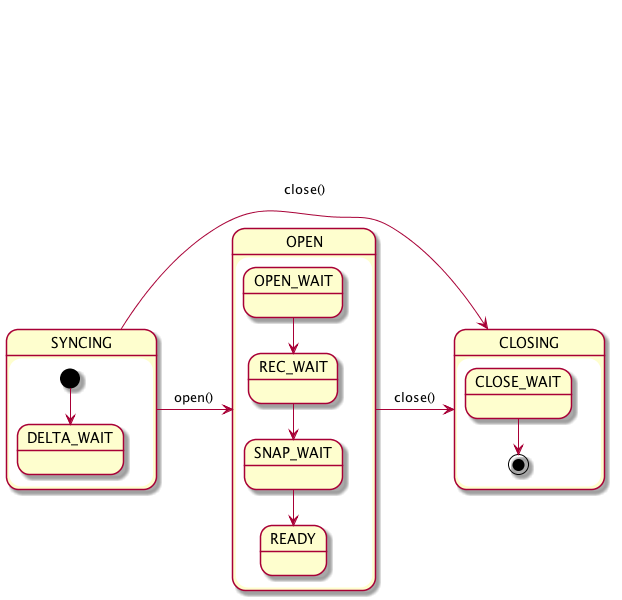
This is image/SessState.png from Axin2015/swirly-cpp, a PlantUML export, as it was before one commit.
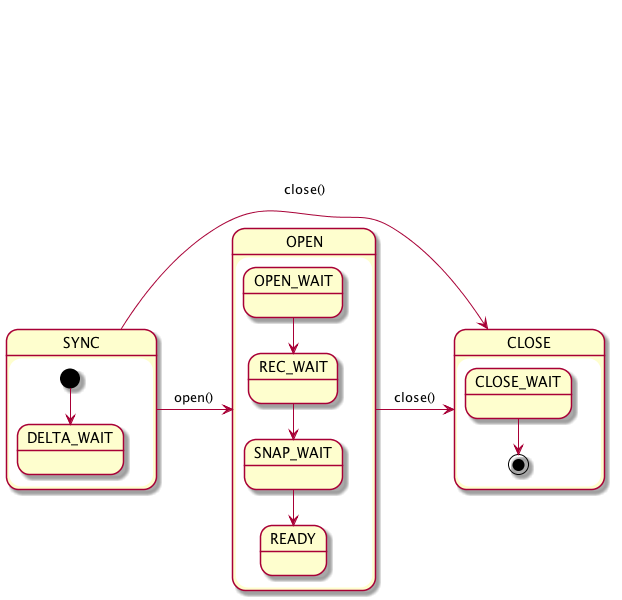
The same diagram one commit later.

The edit, as a diff of the source:
```diff
@@ -1,10 +1,10 @@
 @startuml
 
-SYNCING -> OPEN : open()
-SYNCING -> CLOSING : close()
-OPEN -> CLOSING : close()
+SYNC -> OPEN : open()
+SYNC -> CLOSE : close()
+OPEN -> CLOSE : close()
 
-state SYNCING {
+state SYNC {
   [*] --> DELTA_WAIT
 }
 
@@ -14,7 +14,7 @@
   SNAP_WAIT --> READY
 }
 
-state CLOSING {
+state CLOSE {
   CLOSE_WAIT --> [*]
 }
 
```
